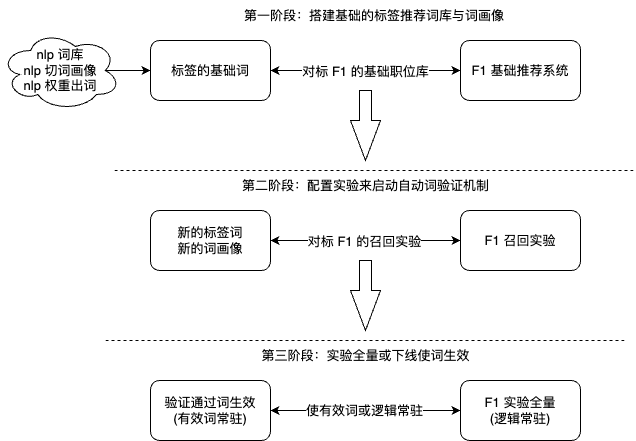
liujunao/draw-data keeps this draw.io diagram as work-draw-file/标签词分流方案.png. Above is the earlier version. Source tidied: cells renumbered, new cells last; positions are measured from the earlier drawing's top-left corner, leaving out a move shared by most shapes.
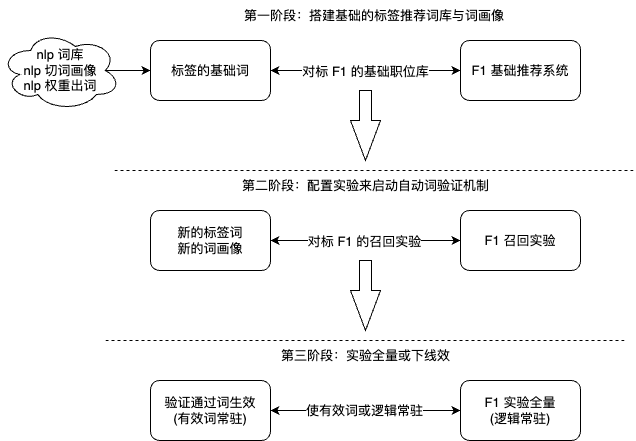
After the change.

Commit message:
更新标签词分流方案.png

What changed in the source:
```diff
@@ -50,7 +50,7 @@
     <mxCell id="15" style="html=1;shadow=0;dashed=0;align=center;verticalAlign=middle;shape=mxgraph.arrows2.arrow;dy=0.6;dx=40;direction=south;notch=0;" parent="1" vertex="1">
       <mxGeometry x="350" y="260" width="30" height="70" as="geometry" />
     </mxCell>
-    <mxCell id="16" value="第三阶段：实验全量或下线使词生效" style="text;html=1;strokeColor=none;fillColor=none;align=center;verticalAlign=middle;whiteSpace=wrap;rounded=0;" parent="1" vertex="1">
+    <mxCell id="16" value="第三阶段：实验全量或下线效" style="text;html=1;strokeColor=none;fillColor=none;align=center;verticalAlign=middle;whiteSpace=wrap;rounded=0;" parent="1" vertex="1">
       <mxGeometry x="222.5" y="340" width="285" height="30" as="geometry" />
     </mxCell>
     <mxCell id="17" style="edgeStyle=orthogonalEdgeStyle;rounded=0;jettySize=auto;html=1;exitX=0.875;exitY=0.5;exitDx=0;exitDy=0;exitPerimeter=0;entryX=0;entryY=0.5;entryDx=0;entryDy=0;" parent="1" edge="1" source="18" target="2">
```
